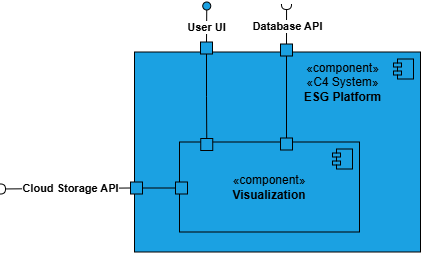
This is frontmatter/assets/diagrams/Logical View/Logical View Lv2.drawio.png from matilde-varela/ISEP-PESTI-Report-2025, a draw.io export, as it was before one commit. Source tidied: cells renumbered, new cells last; positions are measured from the earlier drawing's top-left corner, leaving out a move shared by most shapes.
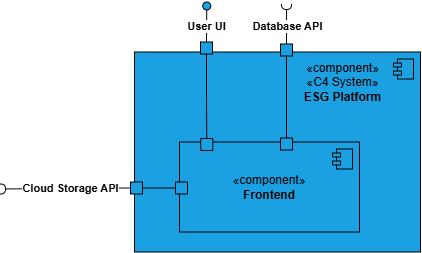
After the change.

Diff of the diagram source:
```diff
@@ -16,7 +16,7 @@
     <mxCell id="5" style="group;fillColor=none;fontColor=#ffffff;strokeColor=none;" parent="1" vertex="1">
       <mxGeometry x="179" y="139.5" width="239" height="90" as="geometry" />
     </mxCell>
-    <mxCell id="6" value="«component»&lt;br&gt;&lt;b&gt;Visualization&lt;/b&gt;" style="html=1;whiteSpace=wrap;fillColor=#1ba1e2;fontColor=light-dark(#000000, #121212);strokeColor=light-dark(#000000, #51afe7);" parent="5" vertex="1">
+    <mxCell id="6" value="«component»&lt;br&gt;&lt;b&gt;Frontend&lt;/b&gt;" style="html=1;whiteSpace=wrap;fillColor=#1ba1e2;fontColor=light-dark(#000000, #121212);strokeColor=light-dark(#000000, #51afe7);" parent="5" vertex="1">
       <mxGeometry width="180" height="90" as="geometry" />
     </mxCell>
     <mxCell id="7" style="shape=module;jettyWidth=8;jettyHeight=4;fillColor=#1ba1e2;fontColor=light-dark(#000000, #121212);strokeColor=light-dark(#000000, #51afe7);" parent="6" vertex="1">
```
